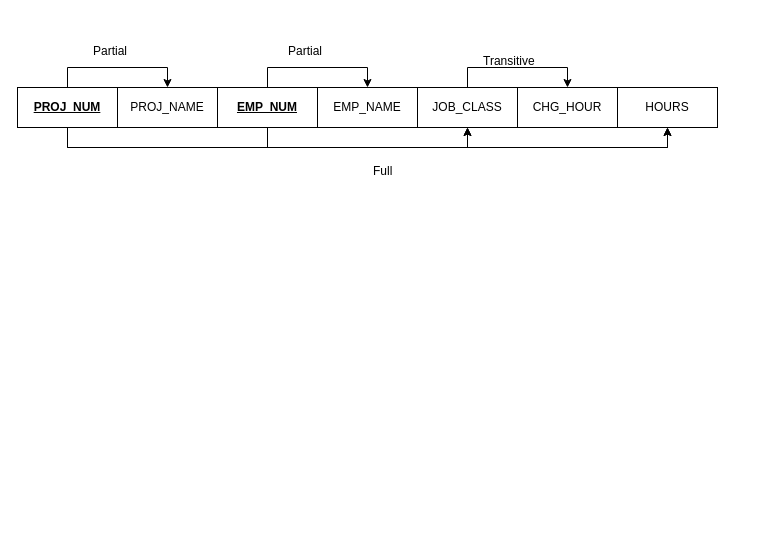
This is C5 ERD.drawio from SamanZargarzadeh/ERD, a draw.io file, before an edit. Source tidied: cells renumbered, new cells numbered last; positions are measured from the earlier drawing's top-left corner, leaving out a move shared by most shapes. Both pictures are drawn from the tidied source at 100%, with x=0, y=0 at pixel (17, 37).
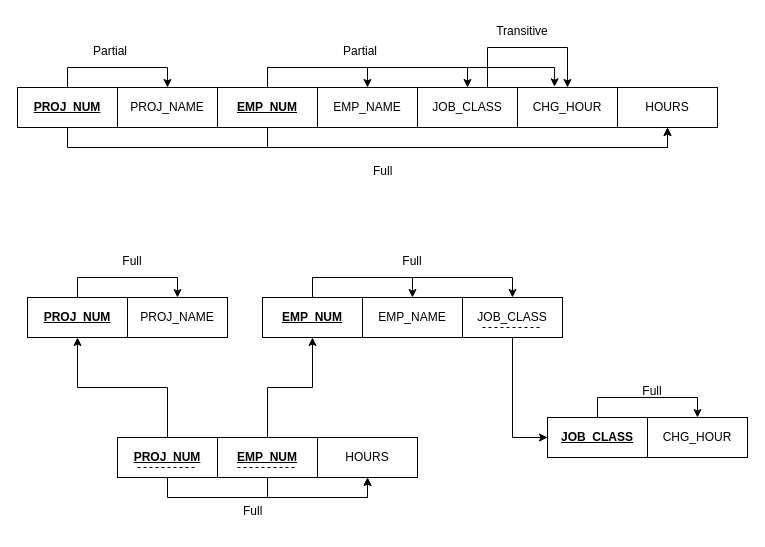
Above is the later version.

The change refers to these unchanged cells:
```xml
<mxCell id="5" value="&lt;b&gt;&lt;u&gt;PROJ_NUM&lt;/u&gt;&lt;/b&gt;" style="whiteSpace=wrap;html=1;align=center;" parent="1" vertex="1">
  <mxGeometry y="50" width="100" height="40" as="geometry" />
</mxCell>
<mxCell id="10" value="&lt;b&gt;&lt;u&gt;EMP_NUM&lt;/u&gt;&lt;/b&gt;" style="whiteSpace=wrap;html=1;align=center;" parent="1" vertex="1">
  <mxGeometry x="200" y="50" width="100" height="40" as="geometry" />
</mxCell>
<mxCell id="13" value="JOB_CLASS" style="whiteSpace=wrap;html=1;align=center;" parent="1" vertex="1">
  <mxGeometry x="400" y="50" width="100" height="40" as="geometry" />
</mxCell>
<mxCell id="14" value="CHG_HOUR" style="whiteSpace=wrap;html=1;align=center;" parent="1" vertex="1">
  <mxGeometry x="500" y="50" width="100" height="40" as="geometry" />
</mxCell>
<mxCell id="15" value="HOURS" style="whiteSpace=wrap;html=1;align=center;" parent="1" vertex="1">
  <mxGeometry x="600" y="50" width="100" height="40" as="geometry" />
</mxCell>
```

What changed in the source:
```diff
@@
-    <mxCell id="3" style="edgeStyle=orthogonalEdgeStyle;rounded=0;jettySize=auto;html=1;entryX=0.5;entryY=1;entryDx=0;entryDy=0;" parent="1" edge="1" source="5" target="13">
-      <mxGeometry relative="1" as="geometry">
-        <Array as="points">
-          <mxPoint x="50" y="110" />
-          <mxPoint x="450" y="110" />
-        </Array>
-      </mxGeometry>
-    </mxCell>
@@
+    <mxCell id="9" style="edgeStyle=orthogonalEdgeStyle;rounded=0;jettySize=auto;html=1;entryX=0.5;entryY=1;entryDx=0;entryDy=0;" parent="1" edge="1" source="10" target="15">
+      <mxGeometry relative="1" as="geometry">
+        <Array as="points">
+          <mxPoint x="250" y="110" />
+          <mxPoint x="650" y="110" />
+        </Array>
+      </mxGeometry>
+    </mxCell>
-    <mxCell id="8" style="edgeStyle=orthogonalEdgeStyle;rounded=0;jettySize=auto;html=1;entryX=0.5;entryY=1;entryDx=0;entryDy=0;" parent="1" edge="1" source="10" target="13">
+    <mxCell id="8" style="edgeStyle=orthogonalEdgeStyle;rounded=0;jettySize=auto;html=1;entryX=0.5;entryY=0;entryDx=0;entryDy=0;" parent="1" edge="1" source="10" target="13">
       <mxGeometry relative="1" as="geometry">
         <Array as="points">
-          <mxPoint x="250" y="110" />
-          <mxPoint x="450" y="110" />
+          <mxPoint x="250" y="30" />
+          <mxPoint x="450" y="30" />
         </Array>
       </mxGeometry>
     </mxCell>
-    <mxCell id="9" style="edgeStyle=orthogonalEdgeStyle;rounded=0;jettySize=auto;html=1;entryX=0.5;entryY=1;entryDx=0;entryDy=0;" parent="1" edge="1" source="10" target="15">
-      <mxGeometry relative="1" as="geometry">
-        <Array as="points">
-          <mxPoint x="250" y="110" />
-          <mxPoint x="650" y="110" />
-        </Array>
-      </mxGeometry>
-    </mxCell>
+    <mxCell id="20" style="edgeStyle=orthogonalEdgeStyle;rounded=0;jettySize=auto;html=1;entryX=0.371;entryY=-0.018;entryDx=0;entryDy=0;entryPerimeter=0;" parent="1" edge="1" source="10" target="14">
+      <mxGeometry relative="1" as="geometry">
+        <Array as="points">
+          <mxPoint x="250" y="30" />
+          <mxPoint x="537" y="30" />
+        </Array>
+      </mxGeometry>
+    </mxCell>
@@
     <mxCell id="12" style="edgeStyle=orthogonalEdgeStyle;rounded=0;jettySize=auto;html=1;entryX=0.5;entryY=0;entryDx=0;entryDy=0;" parent="1" edge="1" source="13" target="14">
-      <mxGeometry relative="1" as="geometry" />
+      <mxGeometry relative="1" as="geometry">
+        <Array as="points">
+          <mxPoint x="470" y="10" />
+          <mxPoint x="550" y="10" />
+        </Array>
+      </mxGeometry>
     </mxCell>
@@
-    <mxCell id="16" value="Transitive" style="text;strokeColor=none;fillColor=none;spacingLeft=4;spacingRight=4;overflow=hidden;fontSize=12;whiteSpace=wrap;html=1;" parent="1" vertex="1">
-      <mxGeometry x="460" y="10" width="110" height="30" as="geometry" />
+    <mxCell id="16" value="Transitive" style="text;strokeColor=none;fillColor=none;spacingLeft=4;spacingRight=4;overflow=hidden;fontSize=12;whiteSpace=wrap;html=1;align=center;" parent="1" vertex="1">
+      <mxGeometry x="470" y="-20" width="70" height="30" as="geometry" />
     </mxCell>
@@
     <mxCell id="19" value="Partial" style="text;strokeColor=none;fillColor=none;spacingLeft=4;spacingRight=4;overflow=hidden;fontSize=12;whiteSpace=wrap;html=1;" parent="1" vertex="1">
-      <mxGeometry x="265" width="70" height="30" as="geometry" />
+      <mxGeometry x="320" width="70" height="30" as="geometry" />
     </mxCell>
+    <mxCell id="21" style="edgeStyle=orthogonalEdgeStyle;rounded=0;jettySize=auto;html=1;entryX=0.5;entryY=0;entryDx=0;entryDy=0;" parent="1" edge="1" source="22" target="23">
+      <mxGeometry relative="1" as="geometry" />
+    </mxCell>
+    <mxCell id="22" value="&lt;b&gt;&lt;u&gt;PROJ_NUM&lt;/u&gt;&lt;/b&gt;" style="whiteSpace=wrap;html=1;align=center;" parent="1" vertex="1">
+      <mxGeometry x="10" y="260" width="100" height="40" as="geometry" />
+    </mxCell>
+    <mxCell id="23" value="PROJ_NAME" style="whiteSpace=wrap;html=1;align=center;" parent="1" vertex="1">
+      <mxGeometry x="110" y="260" width="100" height="40" as="geometry" />
+    </mxCell>
+    <mxCell id="24" value="Full" style="text;strokeColor=none;fillColor=none;spacingLeft=4;spacingRight=4;overflow=hidden;fontSize=12;whiteSpace=wrap;html=1;align=center;" parent="1" vertex="1">
+      <mxGeometry x="80" y="210" width="70" height="30" as="geometry" />
+    </mxCell>
+    <mxCell id="25" style="edgeStyle=orthogonalEdgeStyle;rounded=0;jettySize=auto;html=1;entryX=0.5;entryY=0;entryDx=0;entryDy=0;" parent="1" edge="1" source="27" target="28">
+      <mxGeometry relative="1" as="geometry" />
+    </mxCell>
+    <mxCell id="26" style="edgeStyle=orthogonalEdgeStyle;rounded=0;jettySize=auto;html=1;entryX=0.5;entryY=0;entryDx=0;entryDy=0;" parent="1" edge="1" source="27" target="45">
+      <mxGeometry relative="1" as="geometry">
+        <Array as="points">
+          <mxPoint x="295" y="240" />
+          <mxPoint x="495" y="240" />
+        </Array>
+      </mxGeometry>
+    </mxCell>
+    <mxCell id="27" value="&lt;b&gt;&lt;u&gt;EMP_NUM&lt;/u&gt;&lt;/b&gt;" style="whiteSpace=wrap;html=1;align=center;" parent="1" vertex="1">
+      <mxGeometry x="245" y="260" width="100" height="40" as="geometry" />
+    </mxCell>
+    <mxCell id="28" value="EMP_NAME" style="whiteSpace=wrap;html=1;align=center;" parent="1" vertex="1">
+      <mxGeometry x="345" y="260" width="100" height="40" as="geometry" />
+    </mxCell>
+    <mxCell id="29" value="Full" style="text;strokeColor=none;fillColor=none;spacingLeft=4;spacingRight=4;overflow=hidden;fontSize=12;whiteSpace=wrap;html=1;align=center;" parent="1" vertex="1">
+      <mxGeometry x="360" y="210" width="70" height="30" as="geometry" />
+    </mxCell>
+    <mxCell id="30" style="edgeStyle=orthogonalEdgeStyle;rounded=0;jettySize=auto;html=1;entryX=0.5;entryY=0;entryDx=0;entryDy=0;" parent="1" edge="1" source="31" target="32">
+      <mxGeometry relative="1" as="geometry" />
+    </mxCell>
+    <mxCell id="31" value="&lt;b&gt;&lt;u&gt;JOB_CLASS&lt;/u&gt;&lt;/b&gt;" style="whiteSpace=wrap;html=1;align=center;" parent="1" vertex="1">
+      <mxGeometry x="530" y="380" width="100" height="40" as="geometry" />
+    </mxCell>
+    <mxCell id="32" value="CHG_HOUR" style="whiteSpace=wrap;html=1;align=center;" parent="1" vertex="1">
+      <mxGeometry x="630" y="380" width="100" height="40" as="geometry" />
+    </mxCell>
+    <mxCell id="33" value="Full" style="text;strokeColor=none;fillColor=none;spacingLeft=4;spacingRight=4;overflow=hidden;fontSize=12;whiteSpace=wrap;html=1;align=center;" parent="1" vertex="1">
+      <mxGeometry x="610" y="340" width="50" height="30" as="geometry" />
+    </mxCell>
+    <mxCell id="34" style="edgeStyle=orthogonalEdgeStyle;rounded=0;jettySize=auto;html=1;entryX=0.5;entryY=1;entryDx=0;entryDy=0;" parent="1" edge="1" source="36" target="40">
+      <mxGeometry relative="1" as="geometry">
+        <Array as="points">
+          <mxPoint x="150" y="460" />
+          <mxPoint x="350" y="460" />
+        </Array>
+      </mxGeometry>
+    </mxCell>
+    <mxCell id="35" style="edgeStyle=orthogonalEdgeStyle;rounded=0;jettySize=auto;html=1;entryX=0.5;entryY=1;entryDx=0;entryDy=0;" parent="1" edge="1" source="36" target="22">
+      <mxGeometry relative="1" as="geometry" />
+    </mxCell>
+    <mxCell id="36" value="&lt;b&gt;&lt;u&gt;PROJ_NUM&lt;/u&gt;&lt;/b&gt;" style="whiteSpace=wrap;html=1;align=center;" parent="1" vertex="1">
+      <mxGeometry x="100" y="400" width="100" height="40" as="geometry" />
+    </mxCell>
+    <mxCell id="37" style="edgeStyle=orthogonalEdgeStyle;rounded=0;jettySize=auto;html=1;entryX=0.5;entryY=1;entryDx=0;entryDy=0;" parent="1" edge="1" source="39" target="40">
+      <mxGeometry relative="1" as="geometry">
+        <Array as="points">
+          <mxPoint x="250" y="460" />
+          <mxPoint x="350" y="460" />
+        </Array>
+      </mxGeometry>
+    </mxCell>
+    <mxCell id="38" style="edgeStyle=orthogonalEdgeStyle;rounded=0;jettySize=auto;html=1;entryX=0.5;entryY=1;entryDx=0;entryDy=0;" parent="1" edge="1" source="39" target="27">
+      <mxGeometry relative="1" as="geometry" />
+    </mxCell>
+    <mxCell id="39" value="&lt;b&gt;&lt;u&gt;EMP_NUM&lt;/u&gt;&lt;/b&gt;" style="whiteSpace=wrap;html=1;align=center;" parent="1" vertex="1">
+      <mxGeometry x="200" y="400" width="100" height="40" as="geometry" />
+    </mxCell>
+    <mxCell id="40" value="HOURS" style="whiteSpace=wrap;html=1;align=center;" parent="1" vertex="1">
+      <mxGeometry x="300" y="400" width="100" height="40" as="geometry" />
+    </mxCell>
+    <mxCell id="41" value="Full" style="text;strokeColor=none;fillColor=none;spacingLeft=4;spacingRight=4;overflow=hidden;fontSize=12;whiteSpace=wrap;html=1;" parent="1" vertex="1">
+      <mxGeometry x="220" y="460" width="40" height="30" as="geometry" />
+    </mxCell>
+    <mxCell id="42" style="endArrow=none;dashed=1;html=1;rounded=0;" parent="1" edge="1">
+      <mxGeometry relative="1" as="geometry">
+        <mxPoint x="120" y="430" as="sourcePoint" />
+        <mxPoint x="180" y="430" as="targetPoint" />
+      </mxGeometry>
+    </mxCell>
+    <mxCell id="43" style="endArrow=none;dashed=1;html=1;rounded=0;" parent="1" edge="1">
+      <mxGeometry relative="1" as="geometry">
+        <mxPoint x="220" y="430" as="sourcePoint" />
+        <mxPoint x="280" y="430" as="targetPoint" />
+      </mxGeometry>
+    </mxCell>
+    <mxCell id="44" style="edgeStyle=orthogonalEdgeStyle;rounded=0;jettySize=auto;html=1;entryX=0;entryY=0.5;entryDx=0;entryDy=0;" parent="1" edge="1" source="45" target="31">
+      <mxGeometry relative="1" as="geometry" />
+    </mxCell>
+    <mxCell id="45" value="JOB_CLASS" style="whiteSpace=wrap;html=1;align=center;" parent="1" vertex="1">
+      <mxGeometry x="445" y="260" width="100" height="40" as="geometry" />
+    </mxCell>
+    <mxCell id="46" style="endArrow=none;dashed=1;html=1;rounded=0;" parent="1" edge="1">
+      <mxGeometry relative="1" as="geometry">
+        <mxPoint x="465" y="290" as="sourcePoint" />
+        <mxPoint x="525" y="290" as="targetPoint" />
+      </mxGeometry>
+    </mxCell>
```
